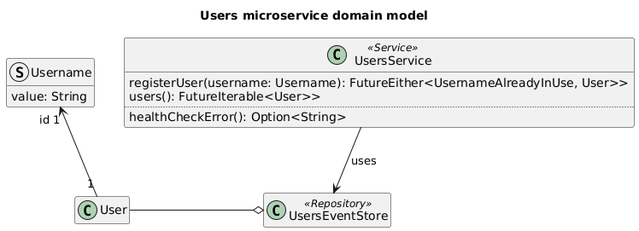
Ventus218/SAP-assignment-03 keeps this PlantUML diagram as doc/diagrams/users-microservice-domain-model.png. Above is the earlier version. Source of this version:
```plantuml
@startuml users-microservice-domain-model

title Users microservice domain model

class User {}

struct Username {
    value: String
}
User "1" -u-> "id 1" Username

class UsersEventStore <<Repository>>
UsersEventStore o-l- User

class UsersService <<Service>> {
    registerUser(username: Username): FutureEither<UsernameAlreadyInUse, User>>
    users(): FutureIterable<User>>
    ..
    healthCheckError(): Option<String>
}

UsersService --> UsersEventStore : "uses"

hide empty members

@enduml
```
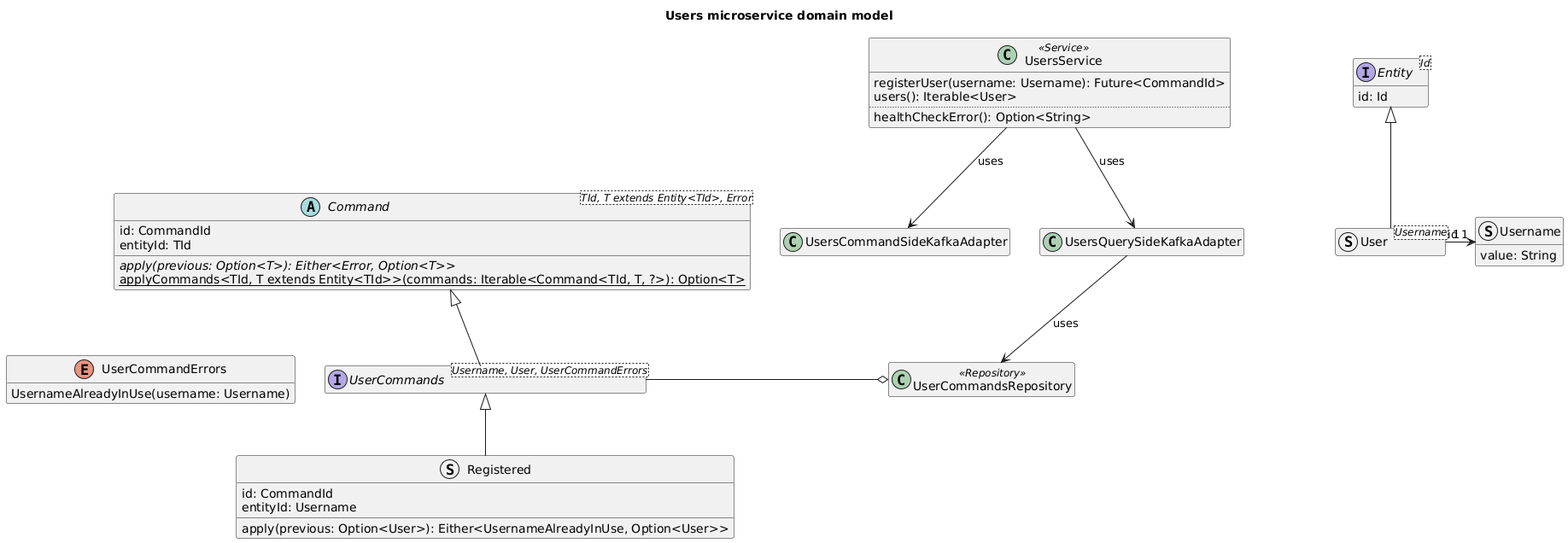
The same file after the commit.

Commit message:
Automatically generated PlantUML diagrams

Change to the diagram source:
```diff
@@ -2,25 +2,45 @@
 
 title Users microservice domain model
 
-class User {}
+!includesub cqrs-es-domain-model.puml!ES
+
+hide empty members
+
+interface UserCommands<Username, User, UserCommandErrors> extends Command
+
+enum UserCommandErrors {
+    UsernameAlreadyInUse(username: Username)
+}
+
+struct Registered extends UserCommands {
+    id: CommandId
+    entityId: Username
+    apply(previous: Option<User>): Either<UsernameAlreadyInUse, Option<User>>
+}
+
+struct User<Username> extends Entity
 
 struct Username {
     value: String
 }
-User "1" -u-> "id 1" Username
 
-class UsersEventStore <<Repository>>
-UsersEventStore o-l- User
+class UserCommandsRepository <<Repository>>
 
 class UsersService <<Service>> {
-    registerUser(username: Username): FutureEither<UsernameAlreadyInUse, User>>
-    users(): FutureIterable<User>>
+    registerUser(username: Username): Future<CommandId>
+    users(): Iterable<User>
     ..
     healthCheckError(): Option<String>
 }
 
-UsersService --> UsersEventStore : "uses"
+class UsersCommandSideKafkaAdapter
+class UsersQuerySideKafkaAdapter
 
-hide empty members
+User "1" -> "id 1" Username
+UserCommandsRepository o-l- UserCommands
+UsersService --> UsersCommandSideKafkaAdapter : "uses"
+UsersService --> UsersQuerySideKafkaAdapter : "uses"
+UsersQuerySideKafkaAdapter --> UserCommandsRepository : "uses"
+UserCommands -l[hidden]-> UserCommandErrors
 
 @enduml
```
